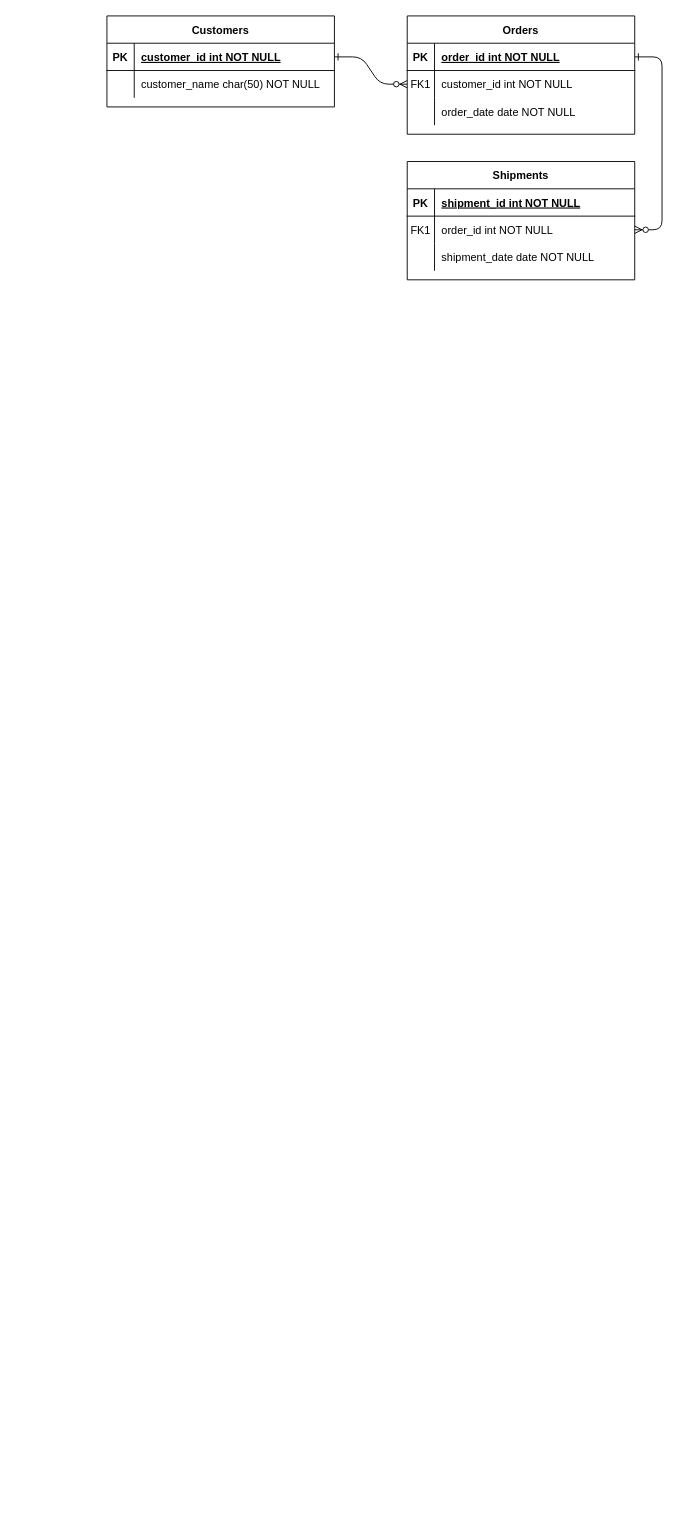
This is obos_6th.drawio from mati-tech/draw.io, a draw.io file, before an edit. Source tidied: cells renumbered, new cells numbered last; positions are measured from the earlier drawing's top-left corner, leaving out a move shared by most shapes. Both pictures are drawn from the tidied source at 91%, with x=0, y=0 at pixel (106, 15).
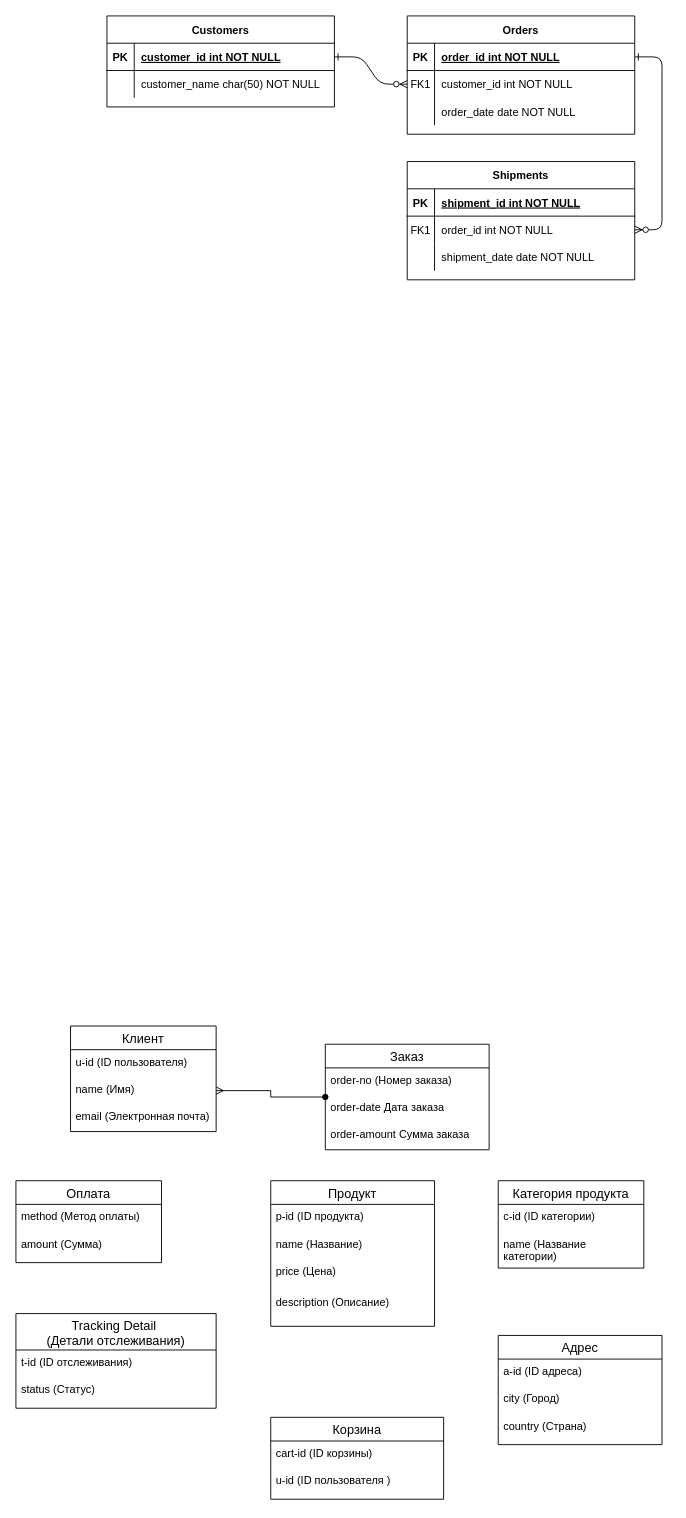
After the change.

The edit, as a diff of the source:
```diff
@@
+    <mxCell id="31" value="Клиент" style="swimlane;fontStyle=0;horizontal=1;startSize=26;align=center;fontSize=14;" parent="1" vertex="1">
+      <mxGeometry x="-40" y="1110" width="160" height="116" as="geometry" />
+    </mxCell>
+    <mxCell id="32" value="u-id (&lt;span style=&quot;background-color: initial;&quot;&gt;ID пользователя)&lt;/span&gt;&lt;div&gt;&lt;br&gt;&lt;div&gt;&lt;span style=&quot;background-color: initial;&quot;&gt;&lt;br&gt;&lt;/span&gt;&lt;/div&gt;&lt;/div&gt;" style="text;strokeColor=none;fillColor=none;spacingLeft=4;spacingRight=4;overflow=hidden;fontSize=12;whiteSpace=wrap;html=1;" parent="31" vertex="1">
+      <mxGeometry y="26" width="160" height="30" as="geometry" />
+    </mxCell>
+    <mxCell id="33" value="name (Имя)&lt;div&gt;&lt;br&gt;&lt;/div&gt;" style="text;strokeColor=none;fillColor=none;spacingLeft=4;spacingRight=4;overflow=hidden;points=[[0,0.5],[1,0.5]];portConstraint=eastwest;fontSize=12;whiteSpace=wrap;html=1;" parent="31" vertex="1">
+      <mxGeometry y="56" width="160" height="30" as="geometry" />
+    </mxCell>
+    <mxCell id="34" value="email (Электронная почта)&lt;div&gt;&lt;br&gt;&lt;/div&gt;" style="text;strokeColor=none;fillColor=none;spacingLeft=4;spacingRight=4;overflow=hidden;fontSize=12;whiteSpace=wrap;html=1;" parent="31" vertex="1">
+      <mxGeometry y="86" width="160" height="30" as="geometry" />
+    </mxCell>
+    <mxCell id="35" value="Заказ" style="swimlane;fontStyle=0;horizontal=1;startSize=26;align=center;fontSize=14;" parent="1" vertex="1">
+      <mxGeometry x="240" y="1130" width="180" height="116" as="geometry" />
+    </mxCell>
+    <mxCell id="36" value="order-no (&lt;span style=&quot;background-color: initial;&quot;&gt;Номер заказа)&lt;/span&gt;&lt;div&gt;&lt;br&gt;&lt;div&gt;&lt;span style=&quot;background-color: initial;&quot;&gt;&lt;br&gt;&lt;/span&gt;&lt;/div&gt;&lt;/div&gt;" style="text;strokeColor=none;fillColor=none;spacingLeft=4;spacingRight=4;overflow=hidden;fontSize=12;whiteSpace=wrap;html=1;" parent="35" vertex="1">
+      <mxGeometry y="26" width="180" height="30" as="geometry" />
+    </mxCell>
+    <mxCell id="37" value="order-date&amp;nbsp;&lt;span style=&quot;background-color: initial;&quot;&gt;Дата заказа&lt;/span&gt;&lt;div&gt;&lt;span style=&quot;background-color: initial;&quot;&gt;&lt;br&gt;&lt;/span&gt;&lt;/div&gt;" style="text;strokeColor=none;fillColor=none;spacingLeft=4;spacingRight=4;overflow=hidden;fontSize=12;whiteSpace=wrap;html=1;" parent="35" vertex="1">
+      <mxGeometry y="56" width="180" height="30" as="geometry" />
+    </mxCell>
+    <mxCell id="38" value="order-amount&amp;nbsp;&lt;span style=&quot;background-color: initial;&quot;&gt;Сумма заказа&lt;/span&gt;&lt;div&gt;&lt;span style=&quot;background-color: initial;&quot;&gt;&lt;br&gt;&lt;/span&gt;&lt;/div&gt;" style="text;strokeColor=none;fillColor=none;spacingLeft=4;spacingRight=4;overflow=hidden;fontSize=12;whiteSpace=wrap;html=1;" parent="35" vertex="1">
+      <mxGeometry y="86" width="180" height="30" as="geometry" />
+    </mxCell>
+    <mxCell id="39" style="edgeStyle=orthogonalEdgeStyle;rounded=0;jettySize=auto;html=1;entryX=0;entryY=0.5;entryDx=0;entryDy=0;startArrow=ERmany;startFill=0;endArrow=oval;endFill=1;" parent="1" edge="1" source="33" target="35">
+      <mxGeometry relative="1" as="geometry" />
+    </mxCell>
+    <mxCell id="40" value="Продукт" style="swimlane;fontStyle=0;horizontal=1;startSize=26;align=center;fontSize=14;" parent="1" vertex="1">
+      <mxGeometry x="180" y="1280" width="180" height="160" as="geometry" />
+    </mxCell>
+    <mxCell id="41" value="p-id (&lt;span style=&quot;background-color: initial;&quot;&gt;ID продукта)&lt;/span&gt;&lt;div&gt;&lt;br&gt;&lt;div&gt;&lt;span style=&quot;background-color: initial;&quot;&gt;&lt;br&gt;&lt;/span&gt;&lt;/div&gt;&lt;/div&gt;" style="text;strokeColor=none;fillColor=none;spacingLeft=4;spacingRight=4;overflow=hidden;fontSize=12;whiteSpace=wrap;html=1;" parent="40" vertex="1">
+      <mxGeometry y="26" width="180" height="30" as="geometry" />
+    </mxCell>
+    <mxCell id="42" value="name (&lt;span style=&quot;background-color: initial;&quot;&gt;Название)&lt;/span&gt;&lt;div&gt;&lt;span style=&quot;background-color: initial;&quot;&gt;&lt;br&gt;&lt;/span&gt;&lt;/div&gt;" style="text;strokeColor=none;fillColor=none;spacingLeft=4;spacingRight=4;overflow=hidden;fontSize=12;whiteSpace=wrap;html=1;" parent="40" vertex="1">
+      <mxGeometry y="56" width="180" height="30" as="geometry" />
+    </mxCell>
+    <mxCell id="43" value="price (Цена)&lt;div&gt;&lt;span style=&quot;background-color: initial;&quot;&gt;&lt;br&gt;&lt;/span&gt;&lt;/div&gt;" style="text;strokeColor=none;fillColor=none;spacingLeft=4;spacingRight=4;overflow=hidden;fontSize=12;whiteSpace=wrap;html=1;" parent="40" vertex="1">
+      <mxGeometry y="86" width="180" height="34" as="geometry" />
+    </mxCell>
+    <mxCell id="44" value="description (Описание)&lt;div&gt;&lt;span style=&quot;background-color: initial;&quot;&gt;&lt;br&gt;&lt;/span&gt;&lt;/div&gt;" style="text;strokeColor=none;fillColor=none;spacingLeft=4;spacingRight=4;overflow=hidden;fontSize=12;whiteSpace=wrap;html=1;" parent="40" vertex="1">
+      <mxGeometry y="120" width="180" height="40" as="geometry" />
+    </mxCell>
+    <mxCell id="45" value="Категория продукта" style="swimlane;fontStyle=0;horizontal=1;startSize=26;align=center;fontSize=14;" parent="1" vertex="1">
+      <mxGeometry x="430" y="1280" width="160" height="96" as="geometry" />
+    </mxCell>
+    <mxCell id="46" value="с-id (&lt;span style=&quot;background-color: initial;&quot;&gt;ID категории)&lt;/span&gt;&lt;div&gt;&lt;br&gt;&lt;div&gt;&lt;span style=&quot;background-color: initial;&quot;&gt;&lt;br&gt;&lt;/span&gt;&lt;/div&gt;&lt;/div&gt;" style="text;strokeColor=none;fillColor=none;spacingLeft=4;spacingRight=4;overflow=hidden;fontSize=12;whiteSpace=wrap;html=1;" parent="45" vertex="1">
+      <mxGeometry y="26" width="160" height="30" as="geometry" />
+    </mxCell>
+    <mxCell id="47" value="name (Название категории)&lt;div&gt;&lt;br&gt;&lt;/div&gt;" style="text;strokeColor=none;fillColor=none;spacingLeft=4;spacingRight=4;overflow=hidden;fontSize=12;whiteSpace=wrap;html=1;" parent="45" vertex="1">
+      <mxGeometry y="56" width="160" height="40" as="geometry" />
+    </mxCell>
+    <mxCell id="48" value="Оплата" style="swimlane;fontStyle=0;horizontal=1;startSize=26;align=center;fontSize=14;" parent="1" vertex="1">
+      <mxGeometry x="-100" y="1280" width="160" height="90" as="geometry" />
+    </mxCell>
+    <mxCell id="49" value="method (&lt;span style=&quot;background-color: initial;&quot;&gt;Метод оплаты)&lt;/span&gt;&lt;div&gt;&lt;br&gt;&lt;div&gt;&lt;span style=&quot;background-color: initial;&quot;&gt;&lt;br&gt;&lt;/span&gt;&lt;/div&gt;&lt;/div&gt;" style="text;strokeColor=none;fillColor=none;spacingLeft=4;spacingRight=4;overflow=hidden;fontSize=12;whiteSpace=wrap;html=1;" parent="48" vertex="1">
+      <mxGeometry y="26" width="160" height="30" as="geometry" />
+    </mxCell>
+    <mxCell id="50" value="amount (Сумма)&lt;div&gt;&lt;br&gt;&lt;/div&gt;" style="text;strokeColor=none;fillColor=none;spacingLeft=4;spacingRight=4;overflow=hidden;fontSize=12;whiteSpace=wrap;html=1;" parent="48" vertex="1">
+      <mxGeometry y="56" width="160" height="34" as="geometry" />
+    </mxCell>
+    <mxCell id="51" value="Адрес" style="swimlane;fontStyle=0;horizontal=1;startSize=26;align=center;fontSize=14;" parent="1" vertex="1">
+      <mxGeometry x="430" y="1450" width="180" height="120" as="geometry" />
+    </mxCell>
+    <mxCell id="52" value="а-id (&lt;span style=&quot;background-color: initial;&quot;&gt;ID адреса)&lt;/span&gt;&lt;div&gt;&lt;br&gt;&lt;div&gt;&lt;span style=&quot;background-color: initial;&quot;&gt;&lt;br&gt;&lt;/span&gt;&lt;/div&gt;&lt;/div&gt;" style="text;strokeColor=none;fillColor=none;spacingLeft=4;spacingRight=4;overflow=hidden;fontSize=12;whiteSpace=wrap;html=1;" parent="51" vertex="1">
+      <mxGeometry y="26" width="180" height="30" as="geometry" />
+    </mxCell>
+    <mxCell id="53" value="city (&lt;span style=&quot;background-color: initial;&quot;&gt;Город)&lt;/span&gt;&lt;div&gt;&lt;span style=&quot;background-color: initial;&quot;&gt;&lt;br&gt;&lt;/span&gt;&lt;/div&gt;" style="text;strokeColor=none;fillColor=none;spacingLeft=4;spacingRight=4;overflow=hidden;fontSize=12;whiteSpace=wrap;html=1;" parent="51" vertex="1">
+      <mxGeometry y="56" width="180" height="30" as="geometry" />
+    </mxCell>
+    <mxCell id="54" value="country (Страна)&lt;div&gt;&lt;span style=&quot;background-color: initial;&quot;&gt;&lt;br&gt;&lt;/span&gt;&lt;/div&gt;" style="text;strokeColor=none;fillColor=none;spacingLeft=4;spacingRight=4;overflow=hidden;fontSize=12;whiteSpace=wrap;html=1;" parent="51" vertex="1">
+      <mxGeometry y="86" width="180" height="34" as="geometry" />
+    </mxCell>
+    <mxCell id="55" value="Tracking Detail &#10;(Детали отслеживания)" style="swimlane;fontStyle=0;horizontal=1;startSize=40;align=center;fontSize=14;spacingTop=1;" parent="1" vertex="1">
+      <mxGeometry x="-100" y="1426" width="220" height="104" as="geometry" />
+    </mxCell>
+    <mxCell id="56" value="t-id (&lt;span style=&quot;background-color: initial;&quot;&gt;ID отслеживания)&lt;/span&gt;&lt;div&gt;&lt;br&gt;&lt;div&gt;&lt;span style=&quot;background-color: initial;&quot;&gt;&lt;br&gt;&lt;/span&gt;&lt;/div&gt;&lt;/div&gt;" style="text;strokeColor=none;fillColor=none;spacingLeft=4;spacingRight=4;overflow=hidden;fontSize=12;whiteSpace=wrap;html=1;" parent="55" vertex="1">
+      <mxGeometry y="40" width="220" height="30" as="geometry" />
+    </mxCell>
+    <mxCell id="57" value="status (Статус)&lt;div&gt;&lt;br&gt;&lt;/div&gt;" style="text;strokeColor=none;fillColor=none;spacingLeft=4;spacingRight=4;overflow=hidden;fontSize=12;whiteSpace=wrap;html=1;" parent="55" vertex="1">
+      <mxGeometry y="70" width="220" height="34" as="geometry" />
+    </mxCell>
+    <mxCell id="58" value="Корзина" style="swimlane;fontStyle=0;horizontal=1;startSize=26;align=center;fontSize=14;" parent="1" vertex="1">
+      <mxGeometry x="180" y="1540" width="190" height="90" as="geometry" />
+    </mxCell>
+    <mxCell id="59" value="cart-id (&lt;span style=&quot;background-color: initial;&quot;&gt;ID корзины)&lt;/span&gt;&lt;div&gt;&lt;br&gt;&lt;div&gt;&lt;span style=&quot;background-color: initial;&quot;&gt;&lt;br&gt;&lt;/span&gt;&lt;/div&gt;&lt;/div&gt;" style="text;strokeColor=none;fillColor=none;spacingLeft=4;spacingRight=4;overflow=hidden;fontSize=12;whiteSpace=wrap;html=1;" parent="58" vertex="1">
+      <mxGeometry y="26" width="190" height="30" as="geometry" />
+    </mxCell>
+    <mxCell id="60" value="u-id (&lt;span style=&quot;background-color: initial;&quot;&gt;ID пользователя&amp;nbsp;&lt;/span&gt;)&lt;div&gt;&lt;br&gt;&lt;/div&gt;" style="text;strokeColor=none;fillColor=none;spacingLeft=4;spacingRight=4;overflow=hidden;fontSize=12;whiteSpace=wrap;html=1;" parent="58" vertex="1">
+      <mxGeometry y="56" width="190" height="34" as="geometry" />
+    </mxCell>
```
